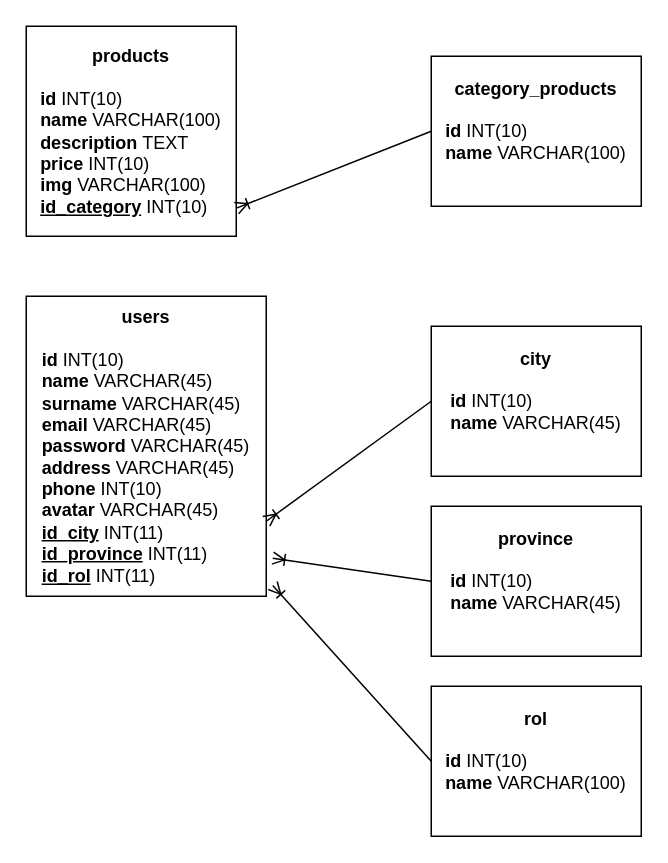
The draw.io diagram DER.drawio in claudiomercado/positivitea, before the edit. Source tidied: cells renumbered, new cells numbered last; positions are measured from the earlier drawing's top-left corner, leaving out a move shared by most shapes. Both pictures are drawn from the tidied source at 150%, with x=0, y=0 at pixel (26, 26).
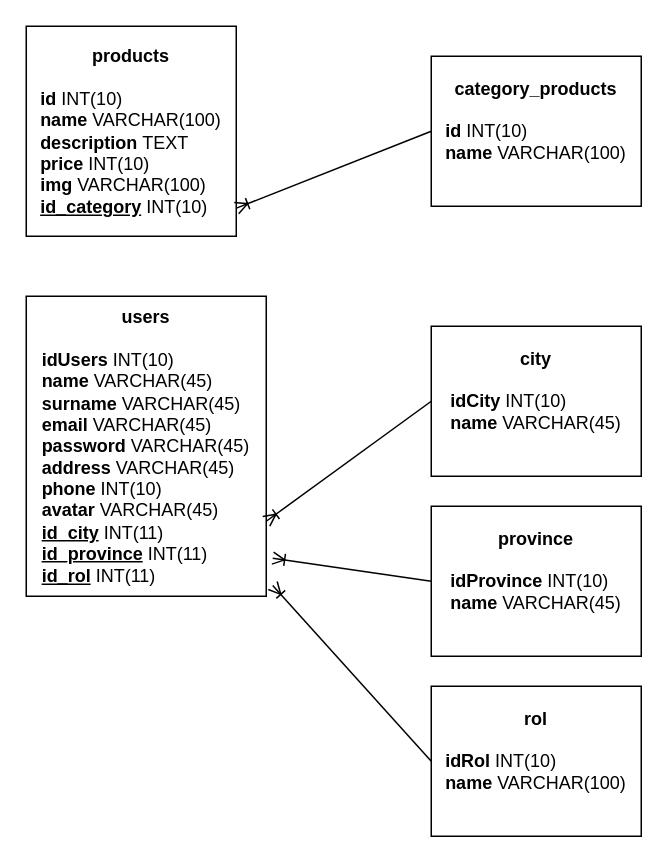
The same page after the edit.

Commit message:
der modificado

Change to the diagram source:
```diff
@@
 <mxGraphModel>
   <root>
     <mxCell id="0" />
     <mxCell id="1" parent="0" />
     <mxCell id="2" value="products&lt;br&gt;&lt;br&gt;&lt;div style=&quot;text-align: left&quot;&gt;&lt;span&gt;id &lt;/span&gt;&lt;span style=&quot;font-weight: normal&quot;&gt;INT(10)&amp;nbsp;&lt;/span&gt;&lt;/div&gt;&lt;div style=&quot;text-align: left&quot;&gt;&lt;span&gt;name &lt;/span&gt;&lt;span style=&quot;font-weight: normal&quot;&gt;VARCHAR(100)&lt;/span&gt;&lt;/div&gt;&lt;div style=&quot;text-align: left&quot;&gt;&lt;span&gt;description&lt;/span&gt;&lt;span style=&quot;font-weight: normal&quot;&gt;&amp;nbsp;TEXT&lt;/span&gt;&lt;/div&gt;&lt;div style=&quot;text-align: left&quot;&gt;&lt;span&gt;price&lt;/span&gt;&lt;span style=&quot;font-weight: normal&quot;&gt;&amp;nbsp;INT(10)&lt;/span&gt;&lt;/div&gt;&lt;div style=&quot;text-align: left&quot;&gt;&lt;span&gt;img &lt;/span&gt;&lt;span style=&quot;font-weight: normal&quot;&gt;VARCHAR(100)&lt;/span&gt;&lt;/div&gt;&lt;div style=&quot;text-align: left&quot;&gt;&lt;u&gt;id_category&lt;/u&gt; &lt;span style=&quot;font-weight: normal&quot;&gt;INT(10)&lt;/span&gt;&lt;/div&gt;" style="rounded=0;whiteSpace=wrap;html=1;fontStyle=1;" parent="1" vertex="1">
       <mxGeometry width="140" height="140" as="geometry" />
     </mxCell>
     <mxCell id="3" value="category_products&lt;br&gt;&lt;br&gt;&lt;div style=&quot;text-align: left&quot;&gt;&lt;span&gt;id &lt;/span&gt;&lt;span style=&quot;font-weight: normal&quot;&gt;INT(10)&amp;nbsp;&lt;/span&gt;&lt;/div&gt;&lt;div style=&quot;text-align: left&quot;&gt;&lt;span&gt;name &lt;/span&gt;&lt;span style=&quot;font-weight: normal&quot;&gt;VARCHAR(100)&lt;/span&gt;&lt;/div&gt;&lt;div style=&quot;text-align: left&quot;&gt;&lt;br&gt;&lt;/div&gt;" style="rounded=0;whiteSpace=wrap;html=1;fontStyle=1;" parent="1" vertex="1">
       <mxGeometry x="270" y="20" width="140" height="100" as="geometry" />
     </mxCell>
     <mxCell id="4" style="endArrow=ERoneToMany;html=1;exitX=0;exitY=0.5;exitDx=0;exitDy=0;entryX=1.001;entryY=0.866;entryDx=0;entryDy=0;endFill=0;entryPerimeter=0;" parent="1" edge="1" source="3" target="2">
       <mxGeometry relative="1" as="geometry" />
     </mxCell>
-    <mxCell id="5" value="users&lt;br&gt;&lt;br&gt;&lt;div style=&quot;text-align: left&quot;&gt;&lt;span&gt;id &lt;/span&gt;&lt;span style=&quot;font-weight: normal&quot;&gt;INT(10)&amp;nbsp;&lt;/span&gt;&lt;/div&gt;&lt;div style=&quot;text-align: left&quot;&gt;&lt;span&gt;name &lt;/span&gt;&lt;span style=&quot;font-weight: normal&quot;&gt;VARCHAR(45)&lt;/span&gt;&lt;/div&gt;&lt;div style=&quot;text-align: left&quot;&gt;&lt;span&gt;surname&amp;nbsp;&lt;span style=&quot;font-weight: 400&quot;&gt;VARCHAR(45)&lt;/span&gt;&lt;/span&gt;&lt;/div&gt;&lt;div style=&quot;text-align: left&quot;&gt;email&lt;span style=&quot;font-weight: normal&quot;&gt;&amp;nbsp;VARCHAR(45)&lt;/span&gt;&lt;/div&gt;&lt;div style=&quot;text-align: left&quot;&gt;password&lt;span style=&quot;font-weight: normal&quot;&gt; VARCHAR(45)&lt;/span&gt;&lt;span style=&quot;font-weight: normal&quot;&gt;&lt;br&gt;&lt;/span&gt;&lt;/div&gt;&lt;div style=&quot;text-align: left&quot;&gt;address&amp;nbsp;&lt;span style=&quot;font-weight: normal&quot;&gt;VARCHAR(45)&lt;/span&gt;&lt;span style=&quot;font-weight: normal&quot;&gt;&lt;br&gt;&lt;/span&gt;&lt;/div&gt;&lt;div style=&quot;text-align: left&quot;&gt;phone&amp;nbsp;&lt;span style=&quot;font-weight: normal&quot;&gt;INT(10)&lt;/span&gt;&lt;/div&gt;&lt;div style=&quot;text-align: left&quot;&gt;&lt;span&gt;avatar&amp;nbsp;&lt;/span&gt;&lt;span style=&quot;font-weight: normal&quot;&gt;VARCHAR(45)&lt;/span&gt;&lt;/div&gt;&lt;div style=&quot;text-align: left&quot;&gt;&lt;u&gt;id_city&lt;/u&gt; &lt;span style=&quot;font-weight: normal&quot;&gt;INT(11)&lt;/span&gt;&lt;/div&gt;&lt;div style=&quot;text-align: left&quot;&gt;&lt;u&gt;id_province&lt;/u&gt;&amp;nbsp;&lt;span style=&quot;font-weight: normal&quot;&gt;INT(11)&lt;/span&gt;&lt;span style=&quot;font-weight: normal&quot;&gt;&lt;br&gt;&lt;/span&gt;&lt;/div&gt;&lt;div style=&quot;text-align: left&quot;&gt;&lt;u&gt;id_rol&lt;/u&gt;&amp;nbsp;&lt;span style=&quot;font-weight: normal&quot;&gt;INT(11)&lt;/span&gt;&lt;span style=&quot;font-weight: normal&quot;&gt;&lt;br&gt;&lt;/span&gt;&lt;/div&gt;" style="rounded=0;whiteSpace=wrap;html=1;fontStyle=1;" parent="1" vertex="1">
+    <mxCell id="5" value="users&lt;br&gt;&lt;br&gt;&lt;div style=&quot;text-align: left&quot;&gt;&lt;span&gt;idUsers&amp;nbsp;&lt;/span&gt;&lt;span style=&quot;font-weight: normal&quot;&gt;INT(10)&amp;nbsp;&lt;/span&gt;&lt;/div&gt;&lt;div style=&quot;text-align: left&quot;&gt;&lt;span&gt;name &lt;/span&gt;&lt;span style=&quot;font-weight: normal&quot;&gt;VARCHAR(45)&lt;/span&gt;&lt;/div&gt;&lt;div style=&quot;text-align: left&quot;&gt;&lt;span&gt;surname&amp;nbsp;&lt;span style=&quot;font-weight: 400&quot;&gt;VARCHAR(45)&lt;/span&gt;&lt;/span&gt;&lt;/div&gt;&lt;div style=&quot;text-align: left&quot;&gt;email&lt;span style=&quot;font-weight: normal&quot;&gt;&amp;nbsp;VARCHAR(45)&lt;/span&gt;&lt;/div&gt;&lt;div style=&quot;text-align: left&quot;&gt;password&lt;span style=&quot;font-weight: normal&quot;&gt; VARCHAR(45)&lt;/span&gt;&lt;span style=&quot;font-weight: normal&quot;&gt;&lt;br&gt;&lt;/span&gt;&lt;/div&gt;&lt;div style=&quot;text-align: left&quot;&gt;address&amp;nbsp;&lt;span style=&quot;font-weight: normal&quot;&gt;VARCHAR(45)&lt;/span&gt;&lt;span style=&quot;font-weight: normal&quot;&gt;&lt;br&gt;&lt;/span&gt;&lt;/div&gt;&lt;div style=&quot;text-align: left&quot;&gt;phone&amp;nbsp;&lt;span style=&quot;font-weight: normal&quot;&gt;INT(10)&lt;/span&gt;&lt;/div&gt;&lt;div style=&quot;text-align: left&quot;&gt;&lt;span&gt;avatar&amp;nbsp;&lt;/span&gt;&lt;span style=&quot;font-weight: normal&quot;&gt;VARCHAR(45)&lt;/span&gt;&lt;/div&gt;&lt;div style=&quot;text-align: left&quot;&gt;&lt;u&gt;id_city&lt;/u&gt; &lt;span style=&quot;font-weight: normal&quot;&gt;INT(11)&lt;/span&gt;&lt;/div&gt;&lt;div style=&quot;text-align: left&quot;&gt;&lt;u&gt;id_province&lt;/u&gt;&amp;nbsp;&lt;span style=&quot;font-weight: normal&quot;&gt;INT(11)&lt;/span&gt;&lt;span style=&quot;font-weight: normal&quot;&gt;&lt;br&gt;&lt;/span&gt;&lt;/div&gt;&lt;div style=&quot;text-align: left&quot;&gt;&lt;u&gt;id_rol&lt;/u&gt;&amp;nbsp;&lt;span style=&quot;font-weight: normal&quot;&gt;INT(11)&lt;/span&gt;&lt;span style=&quot;font-weight: normal&quot;&gt;&lt;br&gt;&lt;/span&gt;&lt;/div&gt;" style="rounded=0;whiteSpace=wrap;html=1;fontStyle=1;" parent="1" vertex="1">
       <mxGeometry y="180" width="160" height="200" as="geometry" />
     </mxCell>
-    <mxCell id="6" value="city&lt;br&gt;&lt;br&gt;&lt;div style=&quot;text-align: left&quot;&gt;&lt;span&gt;id &lt;/span&gt;&lt;span style=&quot;font-weight: normal&quot;&gt;INT(10)&amp;nbsp;&lt;/span&gt;&lt;/div&gt;&lt;div style=&quot;text-align: left&quot;&gt;&lt;span&gt;name &lt;/span&gt;&lt;span style=&quot;font-weight: normal&quot;&gt;VARCHAR(45)&lt;/span&gt;&lt;/div&gt;&lt;div style=&quot;text-align: left&quot;&gt;&lt;br&gt;&lt;/div&gt;" style="rounded=0;whiteSpace=wrap;html=1;fontStyle=1;" parent="1" vertex="1">
+    <mxCell id="6" value="city&lt;br&gt;&lt;br&gt;&lt;div style=&quot;text-align: left&quot;&gt;&lt;span&gt;idCity&amp;nbsp;&lt;/span&gt;&lt;span style=&quot;font-weight: normal&quot;&gt;INT(10)&amp;nbsp;&lt;/span&gt;&lt;/div&gt;&lt;div style=&quot;text-align: left&quot;&gt;&lt;span&gt;name &lt;/span&gt;&lt;span style=&quot;font-weight: normal&quot;&gt;VARCHAR(45)&lt;/span&gt;&lt;/div&gt;&lt;div style=&quot;text-align: left&quot;&gt;&lt;br&gt;&lt;/div&gt;" style="rounded=0;whiteSpace=wrap;html=1;fontStyle=1;" parent="1" vertex="1">
       <mxGeometry x="270" y="200" width="140" height="100" as="geometry" />
     </mxCell>
     <mxCell id="7" style="endArrow=ERoneToMany;html=1;exitX=0;exitY=0.5;exitDx=0;exitDy=0;entryX=1;entryY=0.75;entryDx=0;entryDy=0;endFill=0;" parent="1" edge="1" source="6" target="5">
       <mxGeometry relative="1" as="geometry" />
     </mxCell>
-    <mxCell id="8" value="province&lt;br&gt;&lt;br&gt;&lt;div style=&quot;text-align: left&quot;&gt;&lt;span&gt;id &lt;/span&gt;&lt;span style=&quot;font-weight: normal&quot;&gt;INT(10)&amp;nbsp;&lt;/span&gt;&lt;/div&gt;&lt;div style=&quot;text-align: left&quot;&gt;&lt;span&gt;name &lt;/span&gt;&lt;span style=&quot;font-weight: normal&quot;&gt;VARCHAR(45)&lt;/span&gt;&lt;/div&gt;&lt;div style=&quot;text-align: left&quot;&gt;&lt;br&gt;&lt;/div&gt;" style="rounded=0;whiteSpace=wrap;html=1;fontStyle=1;" parent="1" vertex="1">
+    <mxCell id="8" value="province&lt;br&gt;&lt;br&gt;&lt;div style=&quot;text-align: left&quot;&gt;&lt;span&gt;idProvince&amp;nbsp;&lt;/span&gt;&lt;span style=&quot;font-weight: normal&quot;&gt;INT(10)&amp;nbsp;&lt;/span&gt;&lt;/div&gt;&lt;div style=&quot;text-align: left&quot;&gt;&lt;span&gt;name &lt;/span&gt;&lt;span style=&quot;font-weight: normal&quot;&gt;VARCHAR(45)&lt;/span&gt;&lt;/div&gt;&lt;div style=&quot;text-align: left&quot;&gt;&lt;br&gt;&lt;/div&gt;" style="rounded=0;whiteSpace=wrap;html=1;fontStyle=1;" parent="1" vertex="1">
       <mxGeometry x="270" y="320" width="140" height="100" as="geometry" />
     </mxCell>
     <mxCell id="9" style="endArrow=ERoneToMany;html=1;exitX=0;exitY=0.5;exitDx=0;exitDy=0;entryX=1.027;entryY=0.873;entryDx=0;entryDy=0;endFill=0;entryPerimeter=0;" parent="1" edge="1" source="8" target="5">
       <mxGeometry relative="1" as="geometry" />
     </mxCell>
-    <mxCell id="10" value="rol&lt;br&gt;&lt;br&gt;&lt;div style=&quot;text-align: left&quot;&gt;&lt;span&gt;id &lt;/span&gt;&lt;span style=&quot;font-weight: normal&quot;&gt;INT(10)&amp;nbsp;&lt;/span&gt;&lt;/div&gt;&lt;div style=&quot;text-align: left&quot;&gt;&lt;span&gt;name &lt;/span&gt;&lt;span style=&quot;font-weight: normal&quot;&gt;VARCHAR(100)&lt;/span&gt;&lt;/div&gt;&lt;div style=&quot;text-align: left&quot;&gt;&lt;br&gt;&lt;/div&gt;" style="rounded=0;whiteSpace=wrap;html=1;fontStyle=1;" parent="1" vertex="1">
+    <mxCell id="10" value="rol&lt;br&gt;&lt;br&gt;&lt;div style=&quot;text-align: left&quot;&gt;&lt;span&gt;idRol&amp;nbsp;&lt;/span&gt;&lt;span style=&quot;font-weight: normal&quot;&gt;INT(10)&amp;nbsp;&lt;/span&gt;&lt;/div&gt;&lt;div style=&quot;text-align: left&quot;&gt;&lt;span&gt;name &lt;/span&gt;&lt;span style=&quot;font-weight: normal&quot;&gt;VARCHAR(100)&lt;/span&gt;&lt;/div&gt;&lt;div style=&quot;text-align: left&quot;&gt;&lt;br&gt;&lt;/div&gt;" style="rounded=0;whiteSpace=wrap;html=1;fontStyle=1;" parent="1" vertex="1">
       <mxGeometry x="270" y="440" width="140" height="100" as="geometry" />
     </mxCell>
     <mxCell id="11" style="endArrow=ERoneToMany;html=1;exitX=0;exitY=0.5;exitDx=0;exitDy=0;entryX=1.027;entryY=0.964;entryDx=0;entryDy=0;endFill=0;entryPerimeter=0;" parent="1" edge="1" source="10" target="5">
       <mxGeometry relative="1" as="geometry" />
     </mxCell>
   </root>
 </mxGraphModel>
```
